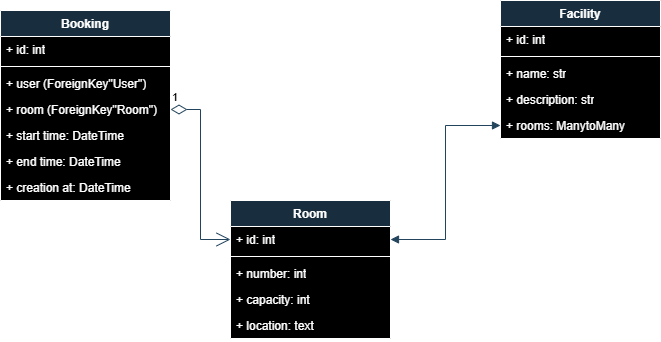
Above: UML Booking System.drawio.png in Rocer23/Booking-system (draw.io), before the change. Source tidied: cells renumbered, new cells last; positions are measured from the earlier drawing's top-left corner, leaving out a move shared by most shapes.
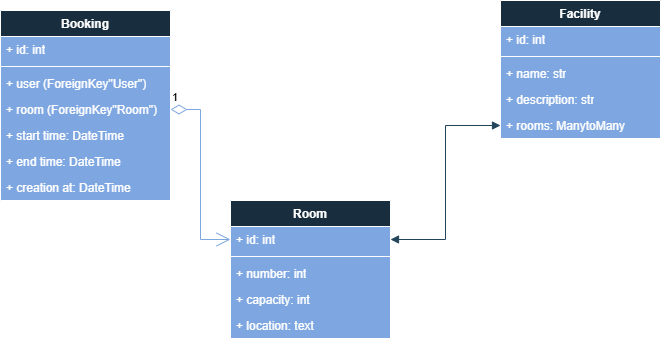
After the change.

What changed in the source:
```diff
@@ -2,7 +2,7 @@
   <root>
     <mxCell id="0" />
     <mxCell id="1" parent="0" />
-    <mxCell id="2" value="Booking" style="swimlane;fontStyle=1;align=center;verticalAlign=top;horizontal=1;startSize=26;whiteSpace=wrap;html=1;labelBackgroundColor=none;fillColor=#182E3E;strokeColor=#FFFFFF;fontColor=#FFFFFF;swimlaneFillColor=#000000;" parent="1" vertex="1">
+    <mxCell id="2" value="Booking" style="swimlane;fontStyle=1;align=center;verticalAlign=top;horizontal=1;startSize=26;whiteSpace=wrap;html=1;labelBackgroundColor=none;fillColor=#182E3E;strokeColor=#FFFFFF;fontColor=#FFFFFF;swimlaneFillColor=#7EA6E0;" parent="1" vertex="1">
       <mxGeometry y="10" width="170" height="190" as="geometry" />
     </mxCell>
     <mxCell id="3" value="+ id: int" style="text;strokeColor=none;fillColor=none;align=left;verticalAlign=top;spacingLeft=4;spacingRight=4;overflow=hidden;whiteSpace=wrap;html=1;labelBackgroundColor=none;fontColor=#FFFFFF;" parent="2" vertex="1">
@@ -26,7 +26,7 @@
     <mxCell id="9" value="+ creation at: DateTime" style="text;strokeColor=none;fillColor=none;align=left;verticalAlign=top;spacingLeft=4;spacingRight=4;overflow=hidden;whiteSpace=wrap;html=1;labelBackgroundColor=none;fontColor=#FFFFFF;" parent="2" vertex="1">
       <mxGeometry y="164" width="170" height="26" as="geometry" />
     </mxCell>
-    <mxCell id="10" value="Room" style="swimlane;fontStyle=1;align=center;verticalAlign=top;horizontal=1;startSize=26;whiteSpace=wrap;html=1;labelBackgroundColor=none;fillColor=#182E3E;strokeColor=#FFFFFF;fontColor=#FFFFFF;swimlaneFillColor=#000000;" parent="1" vertex="1">
+    <mxCell id="10" value="Room" style="swimlane;fontStyle=1;align=center;verticalAlign=top;horizontal=1;startSize=26;whiteSpace=wrap;html=1;labelBackgroundColor=none;fillColor=#182E3E;strokeColor=#FFFFFF;fontColor=#FFFFFF;swimlaneFillColor=#7EA6E0;" parent="1" vertex="1">
       <mxGeometry x="230" y="200" width="160" height="138" as="geometry" />
     </mxCell>
     <mxCell id="11" value="+ id: int" style="text;strokeColor=none;fillColor=none;align=left;verticalAlign=top;spacingLeft=4;spacingRight=4;overflow=hidden;points=[[0,0.5],[1,0.5]];portConstraint=eastwest;whiteSpace=wrap;html=1;labelBackgroundColor=none;fontColor=#FFFFFF;" parent="10" vertex="1">
@@ -44,10 +44,10 @@
     <mxCell id="15" value="+ location: text" style="text;strokeColor=none;fillColor=none;align=left;verticalAlign=top;spacingLeft=4;spacingRight=4;overflow=hidden;whiteSpace=wrap;html=1;labelBackgroundColor=none;fontColor=#FFFFFF;" parent="10" vertex="1">
       <mxGeometry y="112" width="160" height="26" as="geometry" />
     </mxCell>
-    <mxCell id="16" value="1" style="endArrow=open;html=1;endSize=12;startArrow=diamondThin;startSize=14;startFill=0;edgeStyle=orthogonalEdgeStyle;align=left;verticalAlign=bottom;rounded=0;exitX=1;exitY=0.5;exitDx=0;exitDy=0;entryX=0;entryY=0.5;entryDx=0;entryDy=0;labelBackgroundColor=none;strokeColor=#23445D;fontColor=default;" parent="1" edge="1" source="6" target="11">
+    <mxCell id="16" value="1" style="endArrow=open;html=1;endSize=12;startArrow=diamondThin;startSize=14;startFill=0;edgeStyle=orthogonalEdgeStyle;align=left;verticalAlign=bottom;rounded=0;exitX=1;exitY=0.5;exitDx=0;exitDy=0;entryX=0;entryY=0.5;entryDx=0;entryDy=0;labelBackgroundColor=none;strokeColor=#7EA6E0;fontColor=default;" parent="1" edge="1" source="6" target="11">
       <mxGeometry x="-1" y="3" relative="1" as="geometry" />
     </mxCell>
-    <mxCell id="17" value="Facility" style="swimlane;fontStyle=1;align=center;verticalAlign=top;horizontal=1;startSize=26;whiteSpace=wrap;html=1;labelBackgroundColor=none;fillColor=#182E3E;strokeColor=#FFFFFF;fontColor=#FFFFFF;swimlaneFillColor=#000000;" parent="1" vertex="1">
+    <mxCell id="17" value="Facility" style="swimlane;fontStyle=1;align=center;verticalAlign=top;horizontal=1;startSize=26;whiteSpace=wrap;html=1;labelBackgroundColor=none;fillColor=#182E3E;strokeColor=#FFFFFF;fontColor=#FFFFFF;swimlaneFillColor=#7EA6E0;" parent="1" vertex="1">
       <mxGeometry x="500" width="160" height="138" as="geometry" />
     </mxCell>
     <mxCell id="18" value="+ id: int" style="text;strokeColor=none;fillColor=none;align=left;verticalAlign=top;spacingLeft=4;spacingRight=4;overflow=hidden;whiteSpace=wrap;html=1;labelBackgroundColor=none;fontColor=#FFFFFF;" parent="17" vertex="1">
```
